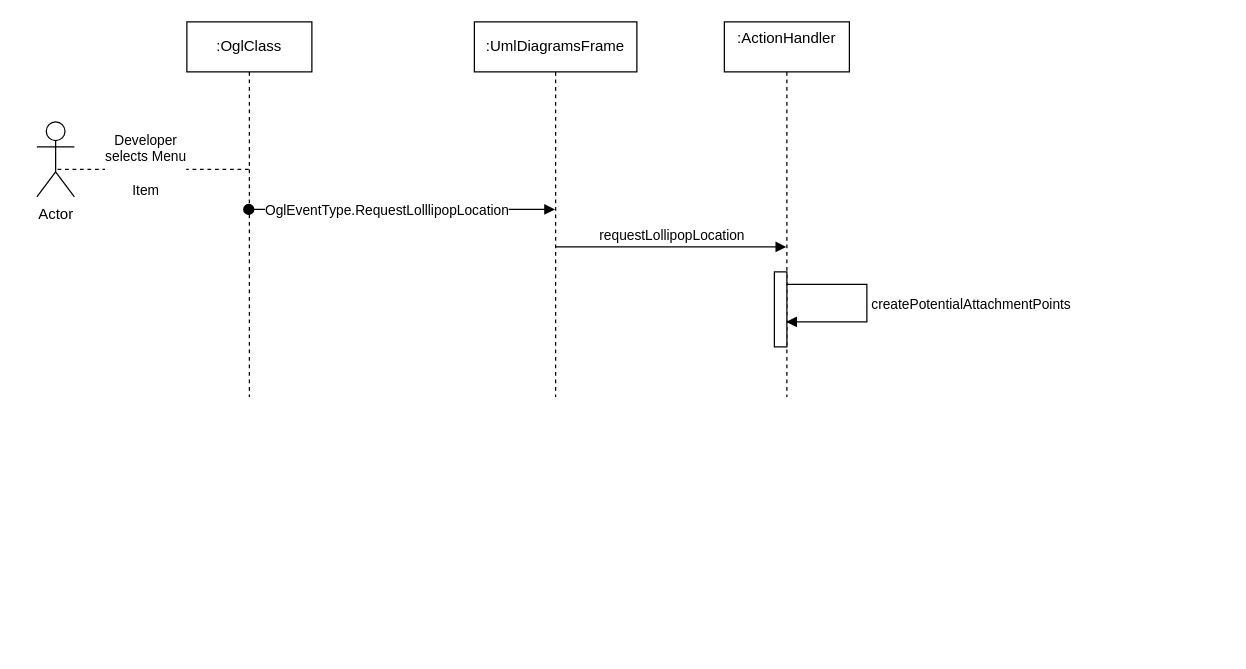
Before: developer/CreateLollipopInterface.drawio in hasii2011/ogl, a draw.io diagram. Source tidied: cells renumbered, new cells numbered last; positions are measured from the earlier drawing's top-left corner, leaving out a move shared by most shapes. Both pictures are drawn from the tidied source at 125%, with x=0, y=0 at pixel (36, 21).
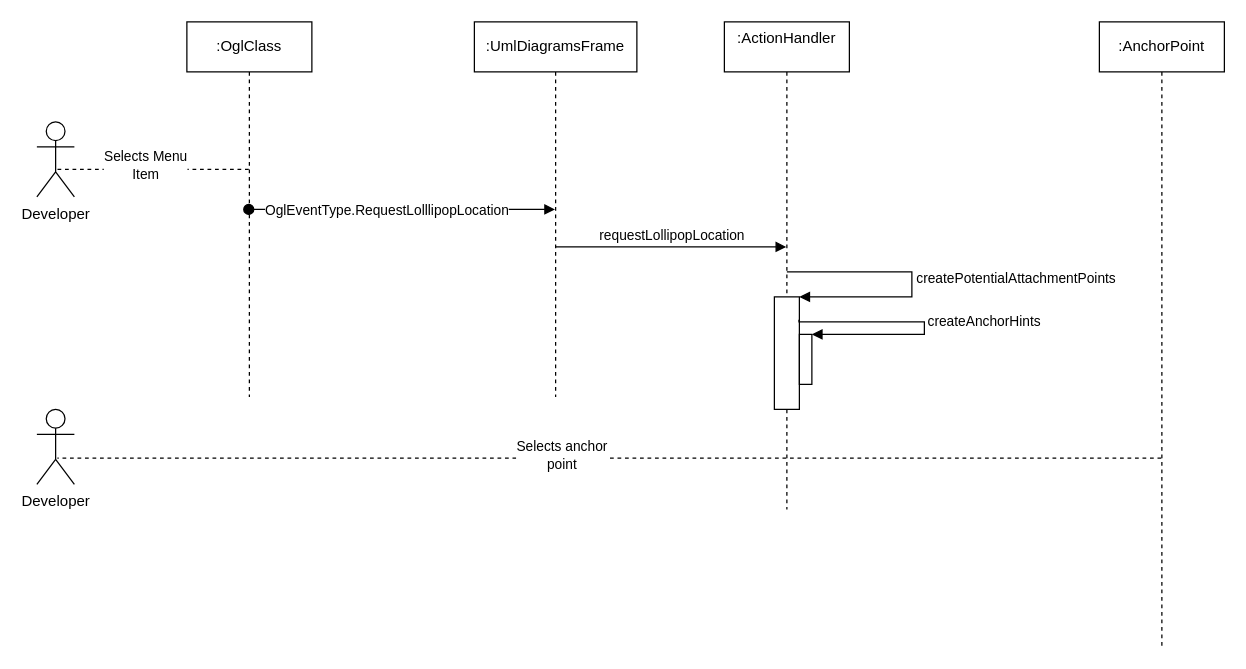
The same page after the edit.

Commit message:
<Documentation>[Lollipop Interface]: <Working on documenting>

[
Creating a lollipop interface is obtuse
]

[]

Unchanged cells that the change refers to:
```xml
<mxCell id="4" style="endArrow=none;dashed=1;html=1;rounded=0;entryX=0.5;entryY=0.633;entryDx=0;entryDy=0;entryPerimeter=0;" parent="1" edge="1" source="2" target="3">
  <mxGeometry relative="1" as="geometry" />
</mxCell>
```

What changed in the source:
```diff
@@
-    <mxCell id="3" value="Actor" style="shape=umlActor;verticalLabelPosition=bottom;verticalAlign=top;html=1;" parent="1" vertex="1">
+    <mxCell id="3" value="Developer" style="shape=umlActor;verticalLabelPosition=bottom;verticalAlign=top;html=1;" parent="1" vertex="1">
       <mxGeometry y="80" width="30" height="60" as="geometry" />
     </mxCell>
@@
-    <mxCell id="5" value="Developer&lt;div&gt;selects Menu&lt;/div&gt;&lt;div&gt;&lt;br&gt;&lt;/div&gt;&lt;div&gt;Item&lt;/div&gt;" style="edgeLabel;html=1;align=center;verticalAlign=middle;" parent="4" vertex="1">
+    <mxCell id="5" value="Selects Menu&lt;br&gt;&lt;div&gt;Item&lt;/div&gt;" style="edgeLabel;html=1;align=center;verticalAlign=middle;" parent="4" vertex="1">
       <mxGeometry x="0.09" y="-3" relative="1" as="geometry">
         <mxPoint x="1" as="offset" />
       </mxGeometry>
     </mxCell>
@@
     <mxCell id="9" value=":ActionHandler&lt;div&gt;&lt;br&gt;&lt;/div&gt;" style="shape=umlLifeline;perimeter=lifelinePerimeter;whiteSpace=wrap;html=1;outlineConnect=0;portConstraint=eastwest;newEdgeStyle={&quot;curved&quot;:0,&quot;rounded&quot;:0};" parent="1" vertex="1">
-      <mxGeometry x="550" width="100" height="300" as="geometry" />
+      <mxGeometry x="550" width="100" height="390" as="geometry" />
     </mxCell>
-    <mxCell id="10" style="html=1;perimeter=orthogonalPerimeter;targetShapes=umlLifeline;newEdgeStyle={&quot;curved&quot;:0,&quot;rounded&quot;:0};" parent="9" vertex="1">
-      <mxGeometry x="40" y="200" width="10" height="60" as="geometry" />
-    </mxCell>
@@
+    <mxCell id="13" style="html=1;points=[];perimeter=orthogonalPerimeter;" parent="1" vertex="1">
+      <mxGeometry x="590" y="220" width="20" height="90" as="geometry" />
+    </mxCell>
-    <mxCell id="12" value="createPotentialAttachmentPoints" style="html=1;align=left;spacingLeft=2;endArrow=block;rounded=0;edgeStyle=orthogonalEdgeStyle;curved=0;rounded=0;" parent="1" edge="1" source="9" target="9">
+    <mxCell id="12" value="createPotentialAttachmentPoints" style="edgeStyle=orthogonalEdgeStyle;html=1;align=left;spacingLeft=2;endArrow=block;rounded=0;entryX=1;entryY=0;" parent="1" edge="1" target="13">
       <mxGeometry relative="1" as="geometry">
+        <mxPoint x="600" y="200" as="sourcePoint" />
         <Array as="points">
-          <mxPoint x="664" y="210" />
-          <mxPoint x="664" y="240" />
+          <mxPoint x="700" y="200" />
+          <mxPoint x="700" y="220" />
         </Array>
       </mxGeometry>
     </mxCell>
+    <mxCell id="14" style="html=1;points=[];perimeter=orthogonalPerimeter;" parent="1" vertex="1">
+      <mxGeometry x="610" y="250" width="10" height="40" as="geometry" />
+    </mxCell>
+    <mxCell id="15" value="createAnchorHints" style="edgeStyle=orthogonalEdgeStyle;html=1;align=left;spacingLeft=2;endArrow=block;rounded=0;entryX=1;entryY=0;exitX=0.983;exitY=0.204;exitDx=0;exitDy=0;exitPerimeter=0;" parent="1" edge="1" source="13" target="14">
+      <mxGeometry relative="1" as="geometry">
+        <Array as="points">
+          <mxPoint x="610" y="240" />
+          <mxPoint x="710" y="240" />
+          <mxPoint x="710" y="250" />
+        </Array>
+      </mxGeometry>
+    </mxCell>
+    <mxCell id="16" value=":AnchorPoint" style="shape=umlLifeline;perimeter=lifelinePerimeter;whiteSpace=wrap;html=1;outlineConnect=0;" parent="1" vertex="1">
+      <mxGeometry x="850" width="100" height="500" as="geometry" />
+    </mxCell>
+    <mxCell id="17" value="Developer" style="shape=umlActor;verticalLabelPosition=bottom;verticalAlign=top;html=1;" parent="1" vertex="1">
+      <mxGeometry y="310" width="30" height="60" as="geometry" />
+    </mxCell>
+    <mxCell id="18" style="endArrow=none;dashed=1;html=1;rounded=0;entryX=0.547;entryY=0.65;entryDx=0;entryDy=0;entryPerimeter=0;" parent="1" edge="1" source="16" target="17">
+      <mxGeometry relative="1" as="geometry" />
+    </mxCell>
+    <mxCell id="19" value="Selects anchor&lt;br&gt;&lt;div&gt;point&lt;/div&gt;" style="edgeLabel;html=1;align=center;verticalAlign=middle;" parent="18" vertex="1">
+      <mxGeometry x="0.09" y="-3" relative="1" as="geometry">
+        <mxPoint x="1" as="offset" />
+      </mxGeometry>
+    </mxCell>
```
